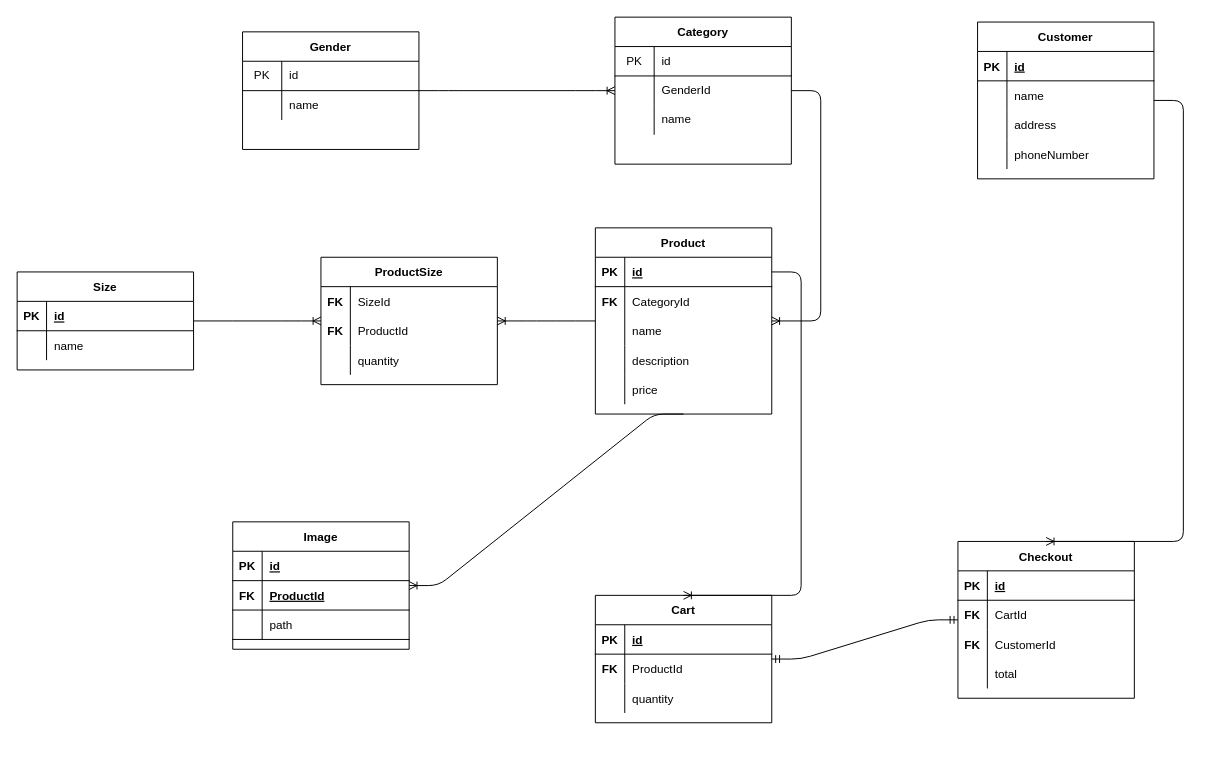
Earlier version of the draw.io diagram page "Relational" (2 of 2) of UML/sequelize-cli.drawio (pOpPyShield/EcommerceWebFinal). Source tidied: cells renumbered, new cells numbered last; positions are measured from the earlier drawing's top-left corner, leaving out a move shared by most shapes. Both pictures are drawn from the tidied source at 98%, with x=0, y=0 at pixel (17, 17).
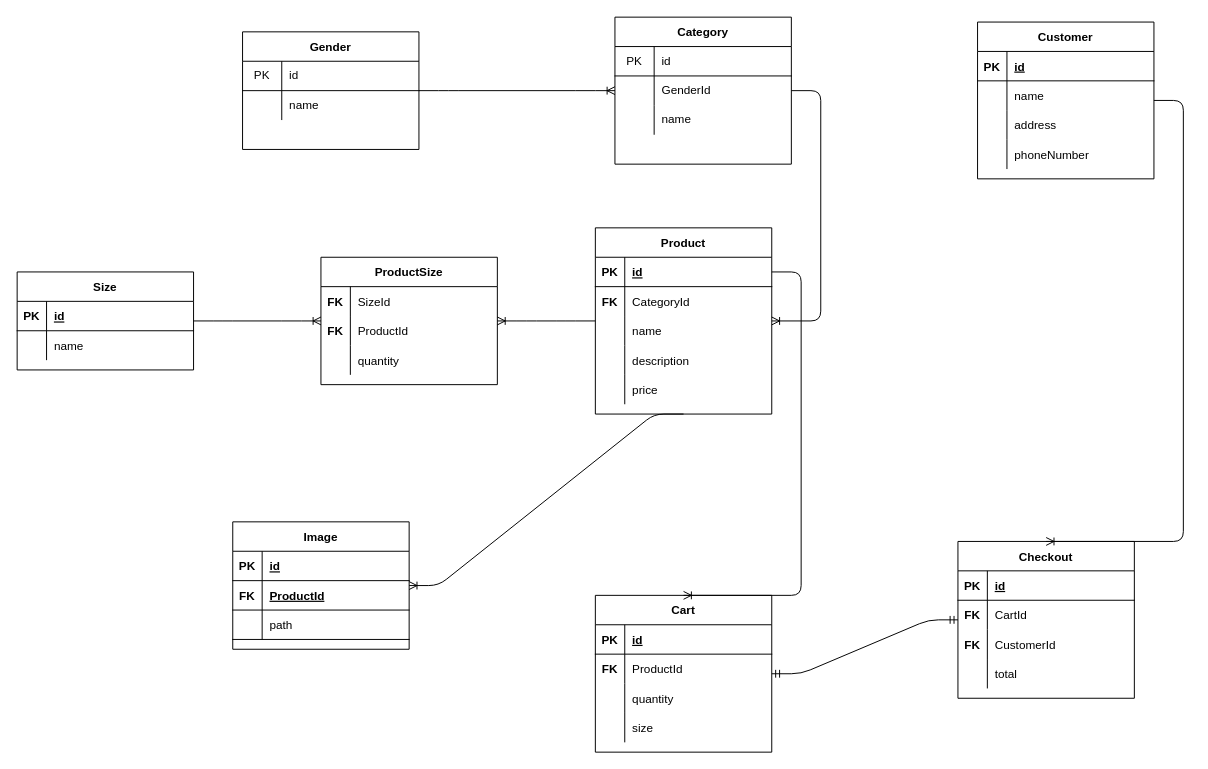
The same diagram, later.

The edit, as a diff of the source:
```diff
@@
     <mxCell id="80" value="Cart" style="shape=table;startSize=30;childLayout=tableLayout;rowLines=0;fontStyle=1;align=center;" parent="1" vertex="1">
-      <mxGeometry x="590" y="590" width="180" height="130" as="geometry" />
+      <mxGeometry x="590" y="590" width="180" height="160" as="geometry" />
     </mxCell>
@@
+    <mxCell id="106" style="shape=partialRectangle;fillColor=none;top=0;left=0;bottom=0;right=0;" parent="80" vertex="1">
+      <mxGeometry y="120" width="180" height="30" as="geometry" />
+    </mxCell>
+    <mxCell id="107" style="shape=partialRectangle;fillColor=none;top=0;left=0;bottom=0;right=0;overflow=hidden;" parent="106" vertex="1">
+      <mxGeometry width="30" height="30" as="geometry" />
+    </mxCell>
+    <mxCell id="108" value="size" style="shape=partialRectangle;fillColor=none;top=0;left=0;bottom=0;right=0;align=left;spacingLeft=6;overflow=hidden;" parent="106" vertex="1">
+      <mxGeometry x="30" width="150" height="30" as="geometry" />
+    </mxCell>
```
